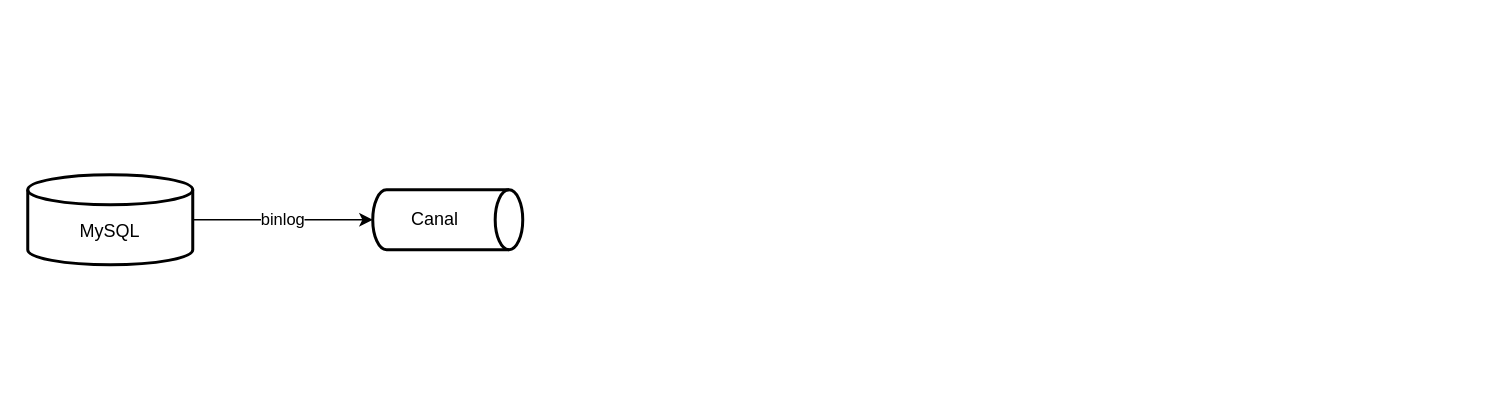
Earlier version of the draw.io diagram Untitled Diagram.drawio (ToJ112/pic-md). Source tidied: cells renumbered, new cells numbered last; positions are measured from the earlier drawing's top-left corner, leaving out a move shared by most shapes. Both pictures are drawn from the tidied source at 150%, with x=0, y=0 at pixel (27, 174).
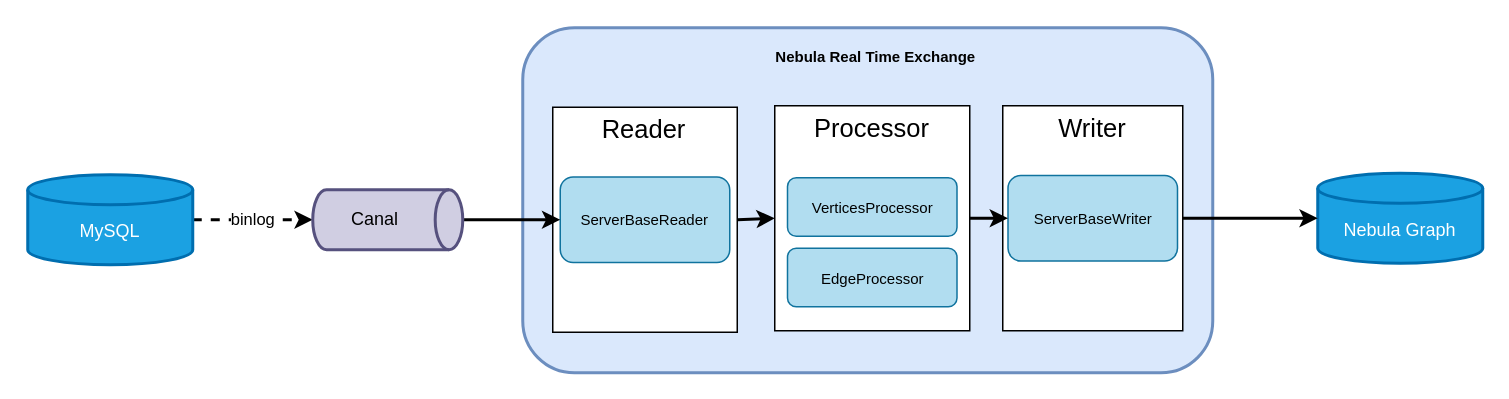
The same diagram, later.

What changed in the source:
```diff
@@
+    <mxCell id="5" style="group;" parent="1" vertex="1">
+      <mxGeometry x="330" y="-98" width="470" height="230" as="geometry" />
+    </mxCell>
+    <mxCell id="6" style="rounded=1;whiteSpace=wrap;html=1;fillColor=#dae8fc;strokeWidth=2;strokeColor=#6c8ebf;" parent="5" vertex="1">
+      <mxGeometry width="460" height="230" as="geometry" />
+    </mxCell>
+    <mxCell id="7" value="&lt;font style=&quot;font-size: 10px;&quot;&gt;Nebula Real Time Exchange&lt;/font&gt;" style="text;strokeColor=none;fillColor=none;html=1;fontSize=24;fontStyle=1;verticalAlign=middle;align=center;rounded=1;" parent="5" vertex="1">
+      <mxGeometry x="125" width="220" height="30" as="geometry" />
+    </mxCell>
+    <mxCell id="8" style="group;" parent="5" vertex="1">
+      <mxGeometry x="320" y="52" width="120" height="150" as="geometry" />
+    </mxCell>
+    <mxCell id="9" style="group;" parent="8" vertex="1">
+      <mxGeometry width="120" height="150" as="geometry" />
+    </mxCell>
+    <mxCell id="10" style="rounded=0;whiteSpace=wrap;html=1;fontSize=10;fillColor=#FFFFFF;" parent="9" vertex="1">
+      <mxGeometry width="120" height="150" as="geometry" />
+    </mxCell>
+    <mxCell id="11" value="&lt;font style=&quot;font-size: 17px;&quot;&gt;Writer&lt;/font&gt;" style="rounded=0;whiteSpace=wrap;html=1;fontSize=10;fillColor=#FFFFFF;strokeWidth=0;strokeColor=none;" parent="9" vertex="1">
+      <mxGeometry x="12" y="1" width="96" height="30" as="geometry" />
+    </mxCell>
+    <mxCell id="12" value="&lt;font style=&quot;font-size: 10px;&quot;&gt;ServerBaseWriter&lt;/font&gt;" style="rounded=1;whiteSpace=wrap;html=1;fontSize=10;strokeWidth=1;fillColor=#b1ddf0;strokeColor=#10739e;" parent="9" vertex="1">
+      <mxGeometry x="3.5" y="46.5" width="113" height="57" as="geometry" />
+    </mxCell>
+    <mxCell id="13" style="group;" parent="5" vertex="1">
+      <mxGeometry x="168" y="52" width="130" height="150" as="geometry" />
+    </mxCell>
+    <mxCell id="14" style="group;" parent="13" vertex="1">
+      <mxGeometry width="130" height="150" as="geometry" />
+    </mxCell>
+    <mxCell id="15" style="rounded=0;whiteSpace=wrap;html=1;fontSize=10;fillColor=#FFFFFF;" parent="14" vertex="1">
+      <mxGeometry width="130" height="150" as="geometry" />
+    </mxCell>
+    <mxCell id="16" value="&lt;font style=&quot;font-size: 17px;&quot;&gt;Processor&lt;/font&gt;" style="rounded=0;whiteSpace=wrap;html=1;fontSize=10;fillColor=#FFFFFF;strokeWidth=0;strokeColor=none;" parent="14" vertex="1">
+      <mxGeometry x="13" y="1" width="104" height="30" as="geometry" />
+    </mxCell>
+    <mxCell id="17" value="&lt;font style=&quot;font-size: 10px;&quot;&gt;VerticesProcessor&lt;/font&gt;" style="rounded=1;whiteSpace=wrap;html=1;fontSize=10;strokeWidth=1;fillColor=#b1ddf0;strokeColor=#10739e;" parent="14" vertex="1">
+      <mxGeometry x="8.5" y="48" width="113" height="39" as="geometry" />
+    </mxCell>
+    <mxCell id="18" value="&lt;font style=&quot;font-size: 10px;&quot;&gt;EdgeProcessor&lt;/font&gt;" style="rounded=1;whiteSpace=wrap;html=1;fontSize=10;strokeWidth=1;fillColor=#b1ddf0;strokeColor=#10739e;" parent="14" vertex="1">
+      <mxGeometry x="8.5" y="95" width="113" height="39" as="geometry" />
+    </mxCell>
+    <mxCell id="19" style="group;" parent="5" vertex="1">
+      <mxGeometry x="20" y="53" width="123" height="150" as="geometry" />
+    </mxCell>
+    <mxCell id="20" style="group;" parent="19" vertex="1">
+      <mxGeometry width="123" height="150" as="geometry" />
+    </mxCell>
+    <mxCell id="21" style="rounded=0;whiteSpace=wrap;html=1;fontSize=10;fillColor=#FFFFFF;" parent="20" vertex="1">
+      <mxGeometry width="123" height="150" as="geometry" />
+    </mxCell>
+    <mxCell id="22" value="&lt;font style=&quot;font-size: 17px;&quot;&gt;Reader&lt;/font&gt;" style="rounded=0;whiteSpace=wrap;html=1;fontSize=10;fillColor=#FFFFFF;strokeWidth=0;strokeColor=none;" parent="20" vertex="1">
+      <mxGeometry x="12.3" y="1" width="98.4" height="30" as="geometry" />
+    </mxCell>
+    <mxCell id="23" value="&lt;font style=&quot;font-size: 10px;&quot;&gt;ServerBaseReader&lt;/font&gt;" style="rounded=1;whiteSpace=wrap;html=1;fontSize=10;strokeWidth=1;fillColor=#b1ddf0;strokeColor=#10739e;" parent="20" vertex="1">
+      <mxGeometry x="5" y="46.5" width="113" height="57" as="geometry" />
+    </mxCell>
+    <mxCell id="24" style="endArrow=classic;html=1;rounded=0;fontSize=17;strokeWidth=2;entryX=0;entryY=0.5;entryDx=0;entryDy=0;exitX=1;exitY=0.5;exitDx=0;exitDy=0;" parent="5" edge="1" source="21" target="15">
+      <mxGeometry relative="1" as="geometry" />
+    </mxCell>
+    <mxCell id="25" style="edgeStyle=none;rounded=0;jettySize=auto;html=1;fontSize=17;strokeWidth=2;" parent="5" edge="1" source="15" target="12">
+      <mxGeometry relative="1" as="geometry" />
+    </mxCell>
-    <mxCell id="2" value="binlog" style="edgeStyle=orthogonalEdgeStyle;rounded=0;jettySize=auto;html=1;exitX=1;exitY=0.5;exitDx=0;exitDy=0;exitPerimeter=0;" parent="1" edge="1" source="3" target="4">
+    <mxCell id="2" value="binlog" style="edgeStyle=orthogonalEdgeStyle;rounded=0;jettySize=auto;html=1;exitX=1;exitY=0.5;exitDx=0;exitDy=0;exitPerimeter=0;dashed=1;strokeWidth=2;" parent="1" edge="1" source="3" target="4">
       <mxGeometry relative="1" as="geometry" />
     </mxCell>
-    <mxCell id="3" value="&lt;br&gt;MySQL" style="strokeWidth=2;html=1;shape=mxgraph.flowchart.database;whiteSpace=wrap;" parent="1" vertex="1">
+    <mxCell id="3" value="&lt;br&gt;MySQL" style="strokeWidth=2;html=1;shape=mxgraph.flowchart.database;whiteSpace=wrap;fillColor=#1ba1e2;fontColor=#ffffff;strokeColor=#006EAF;" parent="1" vertex="1">
       <mxGeometry width="110" height="60" as="geometry" />
     </mxCell>
+    <mxCell id="26" style="rounded=0;jettySize=auto;html=1;exitX=1;exitY=0.5;exitDx=0;exitDy=0;exitPerimeter=0;fontSize=17;strokeWidth=2;" parent="1" edge="1" source="4" target="23">
+      <mxGeometry relative="1" as="geometry" />
+    </mxCell>
-    <mxCell id="4" value="Canal&amp;nbsp; &amp;nbsp; &amp;nbsp;" style="strokeWidth=2;html=1;shape=mxgraph.flowchart.direct_data;whiteSpace=wrap;" parent="1" vertex="1">
-      <mxGeometry x="230" y="10" width="100" height="40" as="geometry" />
+    <mxCell id="4" value="Canal&amp;nbsp; &amp;nbsp; &amp;nbsp;" style="strokeWidth=2;html=1;shape=mxgraph.flowchart.direct_data;whiteSpace=wrap;fillColor=#d0cee2;strokeColor=#56517e;" parent="1" vertex="1">
+      <mxGeometry x="190" y="10" width="100" height="40" as="geometry" />
     </mxCell>
+    <mxCell id="27" value="&lt;br&gt;Nebula Graph" style="strokeWidth=2;html=1;shape=mxgraph.flowchart.database;whiteSpace=wrap;fillColor=#1ba1e2;fontColor=#ffffff;strokeColor=#006EAF;" parent="1" vertex="1">
+      <mxGeometry x="860" y="-1" width="110" height="60" as="geometry" />
+    </mxCell>
+    <mxCell id="28" style="edgeStyle=none;rounded=0;jettySize=auto;html=1;fontSize=17;strokeWidth=2;" parent="1" edge="1" source="10" target="27">
+      <mxGeometry relative="1" as="geometry" />
+    </mxCell>
```
